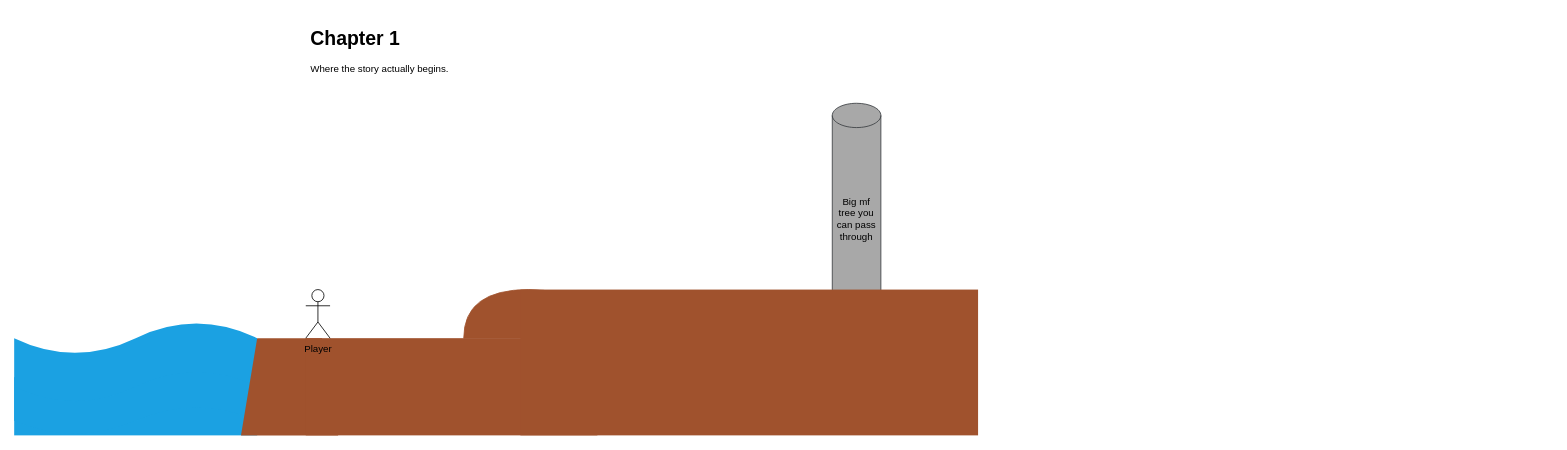
The draw.io diagram page "Chapter 1" (2 of 2) of papers/maps/map.drawio in OmaGash/crispy-bassoon, before the edit. Source tidied: cells renumbered, new cells numbered last; positions are measured from the earlier drawing's top-left corner, leaving out a move shared by most shapes. Both pictures are drawn from the tidied source at 81%, with x=0, y=0 at pixel (14, 22).
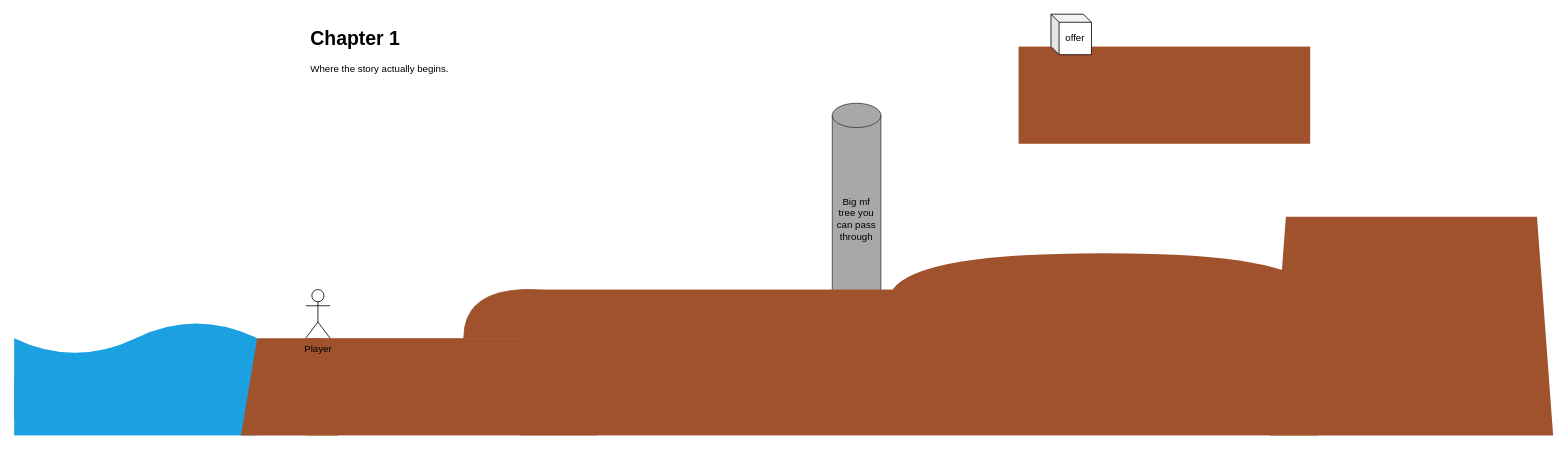
The same page after the edit.

Diff of the diagram source:
```diff
@@
 <mxGraphModel>
   <root>
     <mxCell id="0" />
     <mxCell id="1" parent="0" />
     <mxCell id="2" value="&lt;font color=&quot;#000000&quot;&gt;Big mf tree you can pass through&lt;/font&gt;" style="shape=cylinder3;whiteSpace=wrap;html=1;boundedLbl=1;backgroundOutline=1;size=15;labelBackgroundColor=none;strokeColor=#36393d;fillColor=#A8A8A8;" parent="1" vertex="1">
       <mxGeometry x="1010" y="100" width="60" height="260" as="geometry" />
     </mxCell>
     <mxCell id="3" style="rounded=0;whiteSpace=wrap;html=1;fillColor=#1ba1e2;strokeColor=none;fontColor=#ffffff;" parent="1" vertex="1">
       <mxGeometry y="450" width="300" height="60" as="geometry" />
     </mxCell>
     <mxCell id="4" style="shape=tape;whiteSpace=wrap;html=1;fillColor=#1ba1e2;strokeColor=none;fontColor=#ffffff;" parent="1" vertex="1">
       <mxGeometry y="420" width="300" height="90" as="geometry" />
     </mxCell>
     <mxCell id="5" style="shape=tape;whiteSpace=wrap;html=1;fillColor=#1ba1e2;strokeColor=none;fontColor=#ffffff;" parent="1" vertex="1">
       <mxGeometry y="370" width="300" height="100" as="geometry" />
     </mxCell>
     <mxCell id="6" style="shape=trapezoid;perimeter=trapezoidPerimeter;whiteSpace=wrap;html=1;fixedSize=1;strokeColor=none;fillColor=#a0522d;fontColor=#ffffff;" parent="1" vertex="1">
       <mxGeometry x="280" y="390" width="120" height="120" as="geometry" />
     </mxCell>
     <mxCell id="7" style="rounded=0;whiteSpace=wrap;html=1;strokeColor=none;fillColor=#a0522d;fontColor=#ffffff;" parent="1" vertex="1">
       <mxGeometry x="360" y="390" width="360" height="120" as="geometry" />
     </mxCell>
     <mxCell id="8" value="Player" style="shape=umlActor;verticalLabelPosition=bottom;verticalAlign=top;html=1;" parent="1" vertex="1">
       <mxGeometry x="360" y="330" width="30" height="60" as="geometry" />
     </mxCell>
     <mxCell id="9" style="shape=or;whiteSpace=wrap;html=1;rotation=-90;fillColor=#a0522d;strokeColor=#A0522D;fontColor=#ffffff;" parent="1" vertex="1">
       <mxGeometry x="605" y="280" width="60" height="160" as="geometry" />
     </mxCell>
     <mxCell id="10" style="rounded=0;whiteSpace=wrap;html=1;strokeColor=none;fillColor=#a0522d;fontColor=#ffffff;" parent="1" vertex="1">
-      <mxGeometry x="625" y="330" width="565" height="180" as="geometry" />
+      <mxGeometry x="625" y="330" width="985" height="180" as="geometry" />
     </mxCell>
     <mxCell id="11" value="&lt;h1&gt;Chapter 1&lt;/h1&gt;&lt;div&gt;Where the story actually begins.&lt;/div&gt;" style="text;html=1;strokeColor=none;fillColor=none;spacing=5;spacingTop=-20;whiteSpace=wrap;overflow=hidden;rounded=0;labelBackgroundColor=none;" parent="1" vertex="1">
       <mxGeometry x="361" width="590" height="120" as="geometry" />
     </mxCell>
+    <mxCell id="12" style="shape=or;whiteSpace=wrap;html=1;rotation=-90;fillColor=#a0522d;strokeColor=none;fontColor=#ffffff;" parent="1" vertex="1">
+      <mxGeometry x="1315" y="50" width="60" height="530" as="geometry" />
+    </mxCell>
+    <mxCell id="13" style="rounded=0;whiteSpace=wrap;html=1;strokeColor=none;fillColor=#a0522d;fontColor=#ffffff;" parent="1" vertex="1">
+      <mxGeometry x="1240" y="30" width="360" height="120" as="geometry" />
+    </mxCell>
+    <mxCell id="14" style="shape=trapezoid;perimeter=trapezoidPerimeter;whiteSpace=wrap;html=1;fixedSize=1;strokeColor=none;fillColor=#a0522d;fontColor=#ffffff;" parent="1" vertex="1">
+      <mxGeometry x="1550" y="240" width="350" height="270" as="geometry" />
+    </mxCell>
+    <mxCell id="15" value="offer" style="shape=cube;whiteSpace=wrap;html=1;boundedLbl=1;backgroundOutline=1;darkOpacity=0.05;darkOpacity2=0.1;size=10;" parent="1" vertex="1">
+      <mxGeometry x="1280" y="-10" width="50" height="50" as="geometry" />
+    </mxCell>
   </root>
 </mxGraphModel>
```
